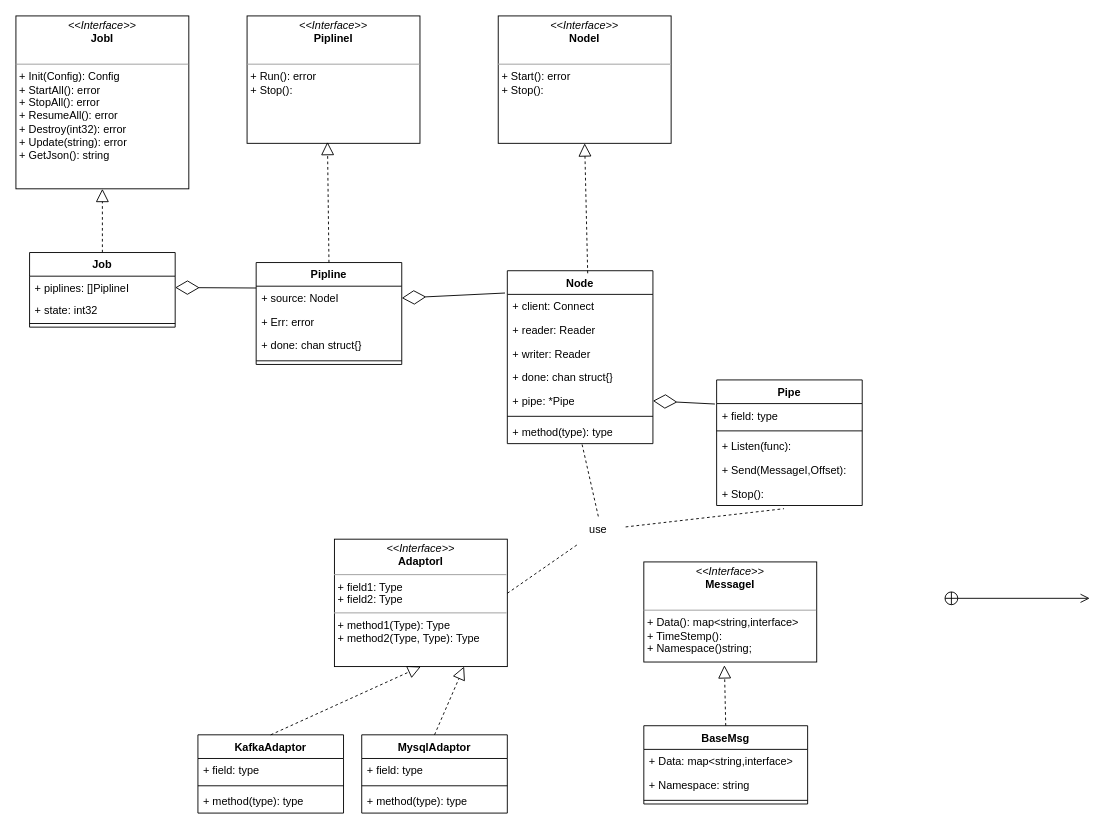
The draw.io diagram page "第 3 页" (3 of 3) of Crm-Saas/crm-saas.drawio in zhangshuntao-ola/MyDraw, before the edit. Source tidied: cells renumbered, new cells numbered last; positions are measured from the earlier drawing's top-left corner, leaving out a move shared by most shapes. Both pictures are drawn from the tidied source at 91%, with x=0, y=0 at pixel (15, 15).
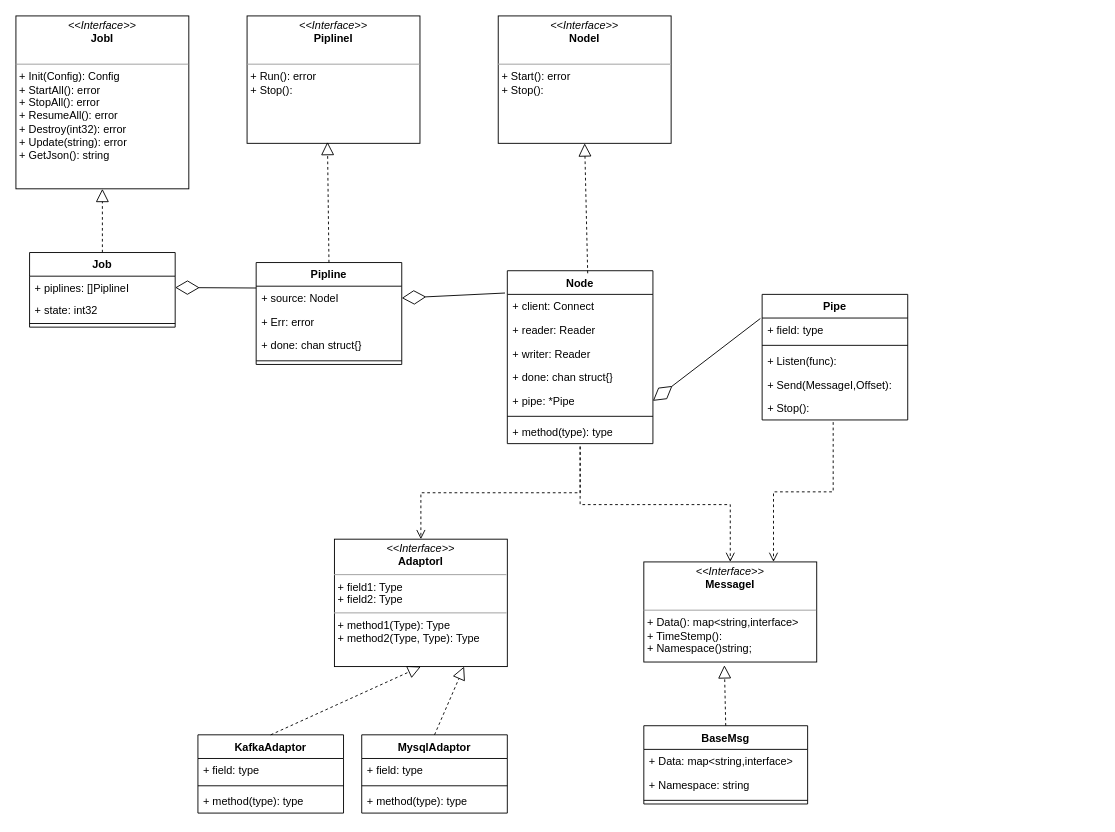
The same diagram, later.

The change refers to these unchanged cells:
```xml
<mxCell id="4" value="&lt;p style=&quot;margin:0px;margin-top:4px;text-align:center;&quot;&gt;&lt;i&gt;&amp;lt;&amp;lt;Interface&amp;gt;&amp;gt;&lt;/i&gt;&lt;br&gt;&lt;b&gt;AdaptorI&lt;/b&gt;&lt;/p&gt;&lt;hr size=&quot;1&quot;&gt;&lt;p style=&quot;margin:0px;margin-left:4px;&quot;&gt;+ field1: Type&lt;br&gt;+ field2: Type&lt;/p&gt;&lt;hr size=&quot;1&quot;&gt;&lt;p style=&quot;margin:0px;margin-left:4px;&quot;&gt;+ method1(Type): Type&lt;br&gt;+ method2(Type, Type): Type&lt;/p&gt;" style="verticalAlign=top;align=left;overflow=fill;fontSize=12;fontFamily=Helvetica;html=1;whiteSpace=wrap;" parent="1" vertex="1">
  <mxGeometry x="350" y="575" width="190" height="140" as="geometry" />
</mxCell>
<mxCell id="24" value="+ method(type): type" style="text;strokeColor=none;fillColor=none;align=left;verticalAlign=top;spacingLeft=4;spacingRight=4;overflow=hidden;points=[[0,0.5],[1,0.5]];portConstraint=eastwest;whiteSpace=wrap;html=1;" parent="17" vertex="1">
  <mxGeometry y="164" width="160" height="26" as="geometry" />
</mxCell>
<mxCell id="41" value="+ Stop():&amp;nbsp;" style="text;strokeColor=none;fillColor=none;align=left;verticalAlign=top;spacingLeft=4;spacingRight=4;overflow=hidden;points=[[0,0.5],[1,0.5]];portConstraint=eastwest;whiteSpace=wrap;html=1;" parent="36" vertex="1">
  <mxGeometry y="112" width="160" height="26" as="geometry" />
</mxCell>
<mxCell id="42" value="&lt;p style=&quot;margin:0px;margin-top:4px;text-align:center;&quot;&gt;&lt;i&gt;&amp;lt;&amp;lt;Interface&amp;gt;&amp;gt;&lt;/i&gt;&lt;br&gt;&lt;b&gt;MessageI&lt;/b&gt;&lt;/p&gt;&lt;p style=&quot;margin:0px;margin-left:4px;&quot;&gt;&lt;br&gt;&lt;/p&gt;&lt;hr size=&quot;1&quot;&gt;&lt;p style=&quot;margin:0px;margin-left:4px;&quot;&gt;+ Data(): map&amp;lt;string,interface&amp;gt;&lt;br&gt;+ TimeStemp():&lt;/p&gt;&lt;p style=&quot;margin:0px;margin-left:4px;&quot;&gt;+ Namespace()string;&amp;nbsp;&lt;/p&gt;" style="verticalAlign=top;align=left;overflow=fill;fontSize=12;fontFamily=Helvetica;html=1;whiteSpace=wrap;" parent="1" vertex="1">
  <mxGeometry x="690" y="600" width="190" height="110" as="geometry" />
</mxCell>
```

Diff of the diagram source:
```diff
@@
     <mxCell id="36" value="Pipe" style="swimlane;fontStyle=1;align=center;verticalAlign=top;horizontal=1;startSize=26;whiteSpace=wrap;html=1;" parent="1" vertex="1">
-      <mxGeometry x="770" y="400" width="160" height="138" as="geometry" />
+      <mxGeometry x="820" y="306" width="160" height="138" as="geometry" />
     </mxCell>
@@
-    <mxCell id="51" value="use" style="text;html=1;strokeColor=none;fillColor=none;align=center;verticalAlign=middle;whiteSpace=wrap;rounded=0;" parent="1" vertex="1">
-      <mxGeometry x="610" y="550" width="60" height="30" as="geometry" />
-    </mxCell>
-    <mxCell id="52" style="endArrow=none;dashed=1;html=1;rounded=0;entryX=0.463;entryY=1.135;entryDx=0;entryDy=0;entryPerimeter=0;" parent="1" edge="1" source="51" target="41">
-      <mxGeometry relative="1" as="geometry" />
-    </mxCell>
-    <mxCell id="53" style="endArrow=none;dashed=1;html=1;rounded=0;entryX=0.513;entryY=1.019;entryDx=0;entryDy=0;entryPerimeter=0;exitX=0.5;exitY=0;exitDx=0;exitDy=0;" parent="1" edge="1" source="51" target="24">
-      <mxGeometry relative="1" as="geometry" />
-    </mxCell>
-    <mxCell id="54" style="endArrow=none;dashed=1;html=1;rounded=0;exitX=1;exitY=0.425;exitDx=0;exitDy=0;exitPerimeter=0;" parent="1" edge="1" source="4" target="51">
-      <mxGeometry relative="1" as="geometry" />
-    </mxCell>
-    <mxCell id="55" style="endArrow=open;startArrow=circlePlus;endFill=0;startFill=0;endSize=8;html=1;rounded=0;" parent="1" edge="1">
-      <mxGeometry relative="1" as="geometry">
-        <mxPoint x="1020" y="640" as="sourcePoint" />
-        <mxPoint x="1180" y="640" as="targetPoint" />
-      </mxGeometry>
-    </mxCell>
+    <mxCell id="56" style="edgeStyle=elbowEdgeStyle;elbow=vertical;endArrow=open;html=1;curved=0;rounded=0;endSize=8;startSize=8;exitX=0.5;exitY=1.135;exitDx=0;exitDy=0;exitPerimeter=0;entryX=0.5;entryY=0;entryDx=0;entryDy=0;endFill=0;dashed=1;" parent="1" edge="1" source="24" target="42">
+      <mxGeometry relative="1" as="geometry" />
+    </mxCell>
+    <mxCell id="57" style="edgeStyle=elbowEdgeStyle;elbow=vertical;endArrow=open;html=1;curved=0;rounded=0;endSize=8;startSize=8;entryX=0.5;entryY=0;entryDx=0;entryDy=0;endFill=0;dashed=1;" parent="1" edge="1" target="4">
+      <mxGeometry relative="1" as="geometry">
+        <mxPoint x="620" y="473" as="sourcePoint" />
+      </mxGeometry>
+    </mxCell>
+    <mxCell id="58" style="edgeStyle=elbowEdgeStyle;elbow=vertical;endArrow=open;html=1;curved=0;rounded=0;endSize=8;startSize=8;exitX=0.488;exitY=1.092;exitDx=0;exitDy=0;exitPerimeter=0;endFill=0;dashed=1;entryX=0.75;entryY=0;entryDx=0;entryDy=0;" parent="1" edge="1" source="41" target="42">
+      <mxGeometry relative="1" as="geometry" />
+    </mxCell>
```
